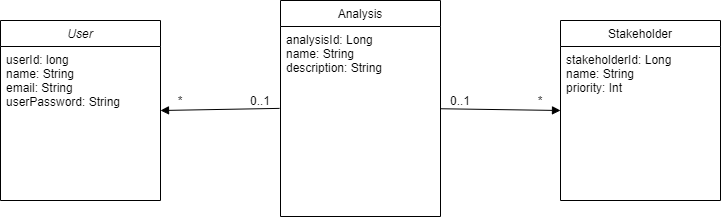
Above: assets/Domain_Model_Projects.png in EVATool/fae-architecture-log (draw.io), before the change. Source tidied: cells renumbered, new cells last; positions are measured from the earlier drawing's top-left corner, leaving out a move shared by most shapes. The source it was exported from:
```xml
<mxGraphModel>
  <root>
    <mxCell id="0" />
    <mxCell id="1" parent="0" />
    <mxCell id="2" value="User" style="swimlane;fontStyle=2;align=center;verticalAlign=top;horizontal=1;startSize=26;rounded=0;shadow=0;strokeWidth=1;" parent="1" vertex="1">
      <mxGeometry y="20" width="160" height="180" as="geometry" />
    </mxCell>
    <mxCell id="3" value="userId: long&#10;name: String&#10;email: String&#10;userPassword: String" style="text;align=left;verticalAlign=top;spacingLeft=4;spacingRight=4;overflow=hidden;points=[[0,0.5],[1,0.5]];portConstraint=eastwest;" parent="2" vertex="1">
      <mxGeometry y="26" width="160" height="150" as="geometry" />
    </mxCell>
    <mxCell id="4" value="Analysis" style="swimlane;fontStyle=0;align=center;verticalAlign=top;horizontal=1;startSize=26;rounded=0;shadow=0;strokeWidth=1;" parent="1" vertex="1">
      <mxGeometry x="280" width="160" height="216" as="geometry" />
    </mxCell>
    <mxCell id="5" value="analysisId: Long&#10;name: String&#10;description: String" style="text;align=left;verticalAlign=top;spacingLeft=4;spacingRight=4;overflow=hidden;points=[[0,0.5],[1,0.5]];portConstraint=eastwest;" parent="4" vertex="1">
      <mxGeometry y="26" width="160" height="184" as="geometry" />
    </mxCell>
    <mxCell id="6" value="Stakeholder" style="swimlane;fontStyle=0;align=center;verticalAlign=top;horizontal=1;startSize=26;rounded=0;shadow=0;strokeWidth=1;" parent="1" vertex="1">
      <mxGeometry x="560" y="20" width="160" height="180" as="geometry" />
    </mxCell>
    <mxCell id="7" value="stakeholderId: Long&#10;name: String&#10;priority: Int" style="text;align=left;verticalAlign=top;spacingLeft=4;spacingRight=4;overflow=hidden;points=[[0,0.5],[1,0.5]];portConstraint=eastwest;" parent="6" vertex="1">
      <mxGeometry y="26" width="160" height="154" as="geometry" />
    </mxCell>
    <mxCell id="8" style="endArrow=block;endFill=1;endSize=6;html=1;entryX=0;entryY=0.5;entryDx=0;entryDy=0;exitX=1.002;exitY=0.447;exitDx=0;exitDy=0;exitPerimeter=0;" parent="1" edge="1" source="5" target="6">
      <mxGeometry relative="1" as="geometry" />
    </mxCell>
    <mxCell id="9" value="*" style="text;html=1;strokeColor=none;fillColor=none;align=center;verticalAlign=middle;whiteSpace=wrap;rounded=0;" parent="1" vertex="1">
      <mxGeometry x="520" y="90" width="40" height="20" as="geometry" />
    </mxCell>
    <mxCell id="10" value="0..1" style="text;html=1;strokeColor=none;fillColor=none;align=center;verticalAlign=middle;whiteSpace=wrap;rounded=0;" parent="1" vertex="1">
      <mxGeometry x="440" y="90" width="40" height="20" as="geometry" />
    </mxCell>
    <mxCell id="11" style="endArrow=block;endFill=1;endSize=6;html=1;exitX=-0.006;exitY=0.445;exitDx=0;exitDy=0;entryX=1;entryY=0.5;entryDx=0;entryDy=0;exitPerimeter=0;" parent="1" edge="1" source="5" target="2">
      <mxGeometry relative="1" as="geometry" />
    </mxCell>
    <mxCell id="12" value="0..1" style="text;html=1;strokeColor=none;fillColor=none;align=center;verticalAlign=middle;whiteSpace=wrap;rounded=0;" parent="1" vertex="1">
      <mxGeometry x="240" y="90" width="40" height="20" as="geometry" />
    </mxCell>
    <mxCell id="13" value="*" style="text;html=1;strokeColor=none;fillColor=none;align=center;verticalAlign=middle;whiteSpace=wrap;rounded=0;" parent="1" vertex="1">
      <mxGeometry x="160" y="90" width="40" height="20" as="geometry" />
    </mxCell>
  </root>
</mxGraphModel>
```
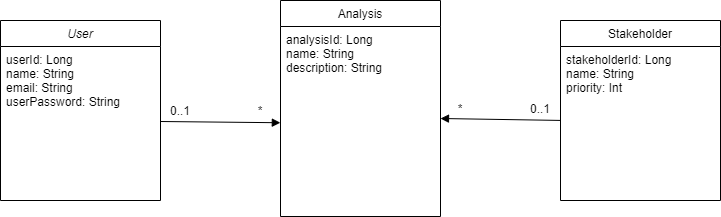
Later version of the same file.

Commit message:
updated source-code-quality decision

The edit, as a diff of the source:
```diff
@@ -5,7 +5,7 @@
     <mxCell id="2" value="User" style="swimlane;fontStyle=2;align=center;verticalAlign=top;horizontal=1;startSize=26;rounded=0;shadow=0;strokeWidth=1;" parent="1" vertex="1">
       <mxGeometry y="20" width="160" height="180" as="geometry" />
     </mxCell>
-    <mxCell id="3" value="userId: long&#10;name: String&#10;email: String&#10;userPassword: String" style="text;align=left;verticalAlign=top;spacingLeft=4;spacingRight=4;overflow=hidden;points=[[0,0.5],[1,0.5]];portConstraint=eastwest;" parent="2" vertex="1">
+    <mxCell id="3" value="userId: Long&#10;name: String&#10;email: String&#10;userPassword: String" style="text;align=left;verticalAlign=top;spacingLeft=4;spacingRight=4;overflow=hidden;points=[[0,0.5],[1,0.5]];portConstraint=eastwest;" parent="2" vertex="1">
       <mxGeometry y="26" width="160" height="150" as="geometry" />
     </mxCell>
     <mxCell id="4" value="Analysis" style="swimlane;fontStyle=0;align=center;verticalAlign=top;horizontal=1;startSize=26;rounded=0;shadow=0;strokeWidth=1;" parent="1" vertex="1">
@@ -20,23 +20,23 @@
     <mxCell id="7" value="stakeholderId: Long&#10;name: String&#10;priority: Int" style="text;align=left;verticalAlign=top;spacingLeft=4;spacingRight=4;overflow=hidden;points=[[0,0.5],[1,0.5]];portConstraint=eastwest;" parent="6" vertex="1">
       <mxGeometry y="26" width="160" height="154" as="geometry" />
     </mxCell>
-    <mxCell id="8" style="endArrow=block;endFill=1;endSize=6;html=1;entryX=0;entryY=0.5;entryDx=0;entryDy=0;exitX=1.002;exitY=0.447;exitDx=0;exitDy=0;exitPerimeter=0;" parent="1" edge="1" source="5" target="6">
+    <mxCell id="8" style="endArrow=block;endFill=1;endSize=6;html=1;exitX=-0.001;exitY=0.48;exitDx=0;exitDy=0;exitPerimeter=0;entryX=1;entryY=0.5;entryDx=0;entryDy=0;" parent="1" edge="1" source="7" target="5">
       <mxGeometry relative="1" as="geometry" />
     </mxCell>
     <mxCell id="9" value="*" style="text;html=1;strokeColor=none;fillColor=none;align=center;verticalAlign=middle;whiteSpace=wrap;rounded=0;" parent="1" vertex="1">
-      <mxGeometry x="520" y="90" width="40" height="20" as="geometry" />
+      <mxGeometry x="440" y="98" width="40" height="20" as="geometry" />
     </mxCell>
     <mxCell id="10" value="0..1" style="text;html=1;strokeColor=none;fillColor=none;align=center;verticalAlign=middle;whiteSpace=wrap;rounded=0;" parent="1" vertex="1">
-      <mxGeometry x="440" y="90" width="40" height="20" as="geometry" />
+      <mxGeometry x="520" y="98" width="40" height="20" as="geometry" />
     </mxCell>
-    <mxCell id="11" style="endArrow=block;endFill=1;endSize=6;html=1;exitX=-0.006;exitY=0.445;exitDx=0;exitDy=0;entryX=1;entryY=0.5;entryDx=0;entryDy=0;exitPerimeter=0;" parent="1" edge="1" source="5" target="2">
+    <mxCell id="11" style="endArrow=block;endFill=1;endSize=6;html=1;exitX=1;exitY=0.5;exitDx=0;exitDy=0;entryX=-0.001;entryY=0.523;entryDx=0;entryDy=0;entryPerimeter=0;" parent="1" edge="1" source="3" target="5">
       <mxGeometry relative="1" as="geometry" />
     </mxCell>
     <mxCell id="12" value="0..1" style="text;html=1;strokeColor=none;fillColor=none;align=center;verticalAlign=middle;whiteSpace=wrap;rounded=0;" parent="1" vertex="1">
-      <mxGeometry x="240" y="90" width="40" height="20" as="geometry" />
+      <mxGeometry x="160" y="100" width="40" height="20" as="geometry" />
     </mxCell>
     <mxCell id="13" value="*" style="text;html=1;strokeColor=none;fillColor=none;align=center;verticalAlign=middle;whiteSpace=wrap;rounded=0;" parent="1" vertex="1">
-      <mxGeometry x="160" y="90" width="40" height="20" as="geometry" />
+      <mxGeometry x="240" y="100" width="40" height="20" as="geometry" />
     </mxCell>
   </root>
 </mxGraphModel>
```
